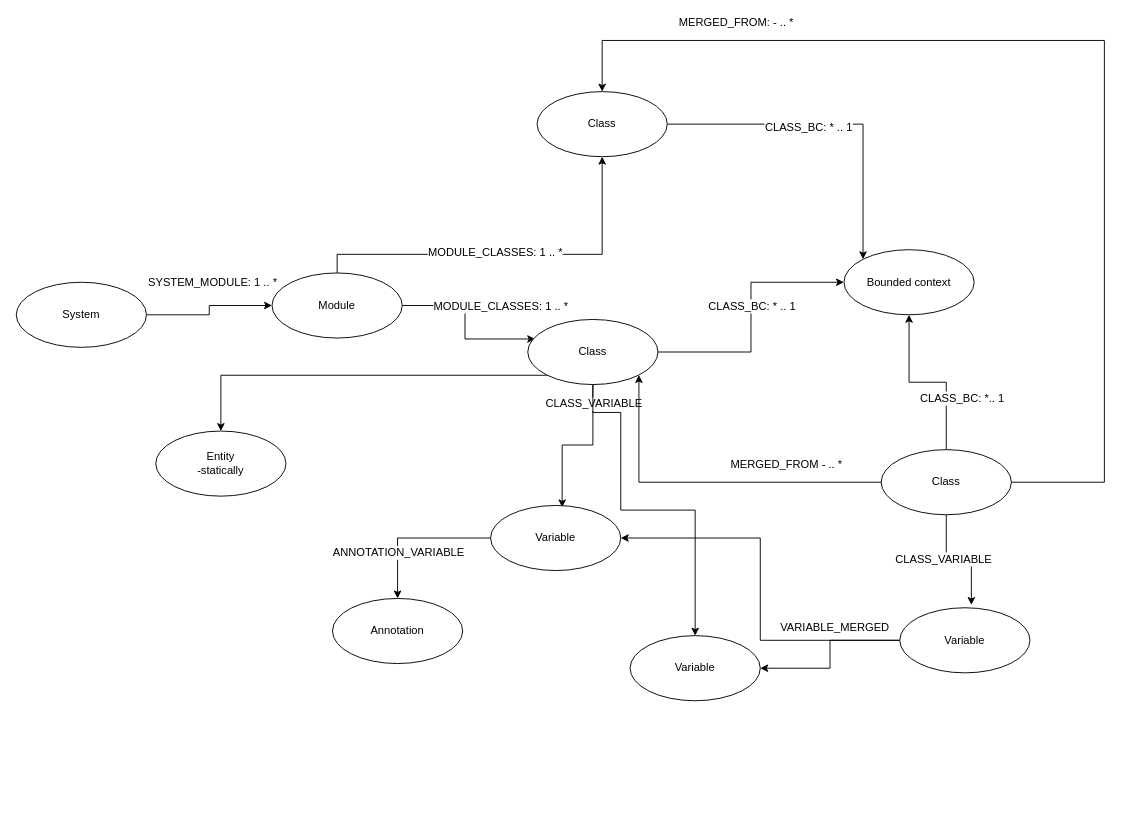
cloudhubs/prophet keeps this draw.io diagram as page "Node model" (1 of 2) of docs/prophet.drawio. Above is the earlier version. Source tidied: cells renumbered, new cells numbered last; positions are measured from the earlier drawing's top-left corner, leaving out a move shared by most shapes. Both pictures are drawn from the tidied source at 93%, with x=0, y=0 at pixel (16, 40).
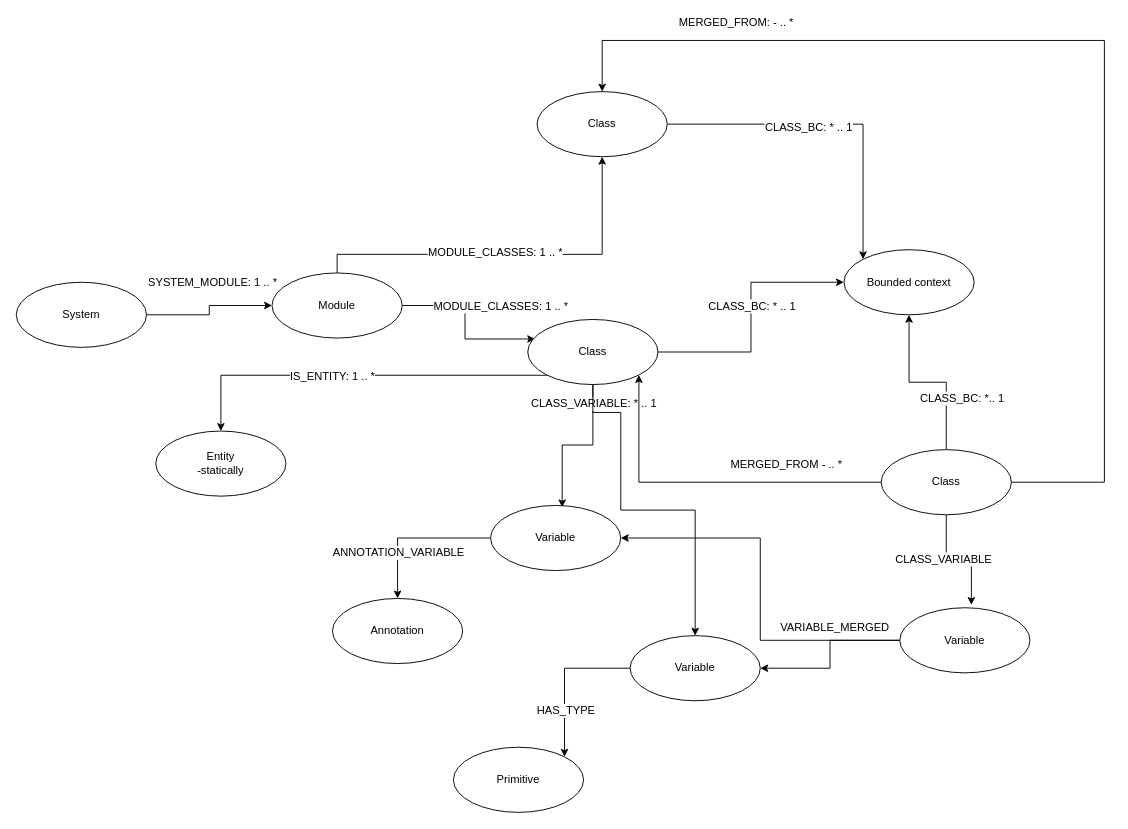
The same page after the edit.

The change refers to these unchanged cells:
```xml
<mxCell id="10" style="edgeStyle=orthogonalEdgeStyle;rounded=0;jettySize=auto;html=1;entryX=0.55;entryY=0.029;entryDx=0;entryDy=0;entryPerimeter=0;" parent="1" edge="1" source="16" target="19">
  <mxGeometry relative="1" as="geometry" />
</mxCell>
<mxCell id="12" style="edgeStyle=orthogonalEdgeStyle;rounded=0;jettySize=auto;html=1;" parent="1" edge="1" source="16" target="21">
  <mxGeometry relative="1" as="geometry">
    <Array as="points">
      <mxPoint x="220" y="360" />
    </Array>
  </mxGeometry>
</mxCell>
<mxCell id="35" value="Variable" style="ellipse;whiteSpace=wrap;html=1;" parent="1" vertex="1">
  <mxGeometry x="660" y="640" width="140" height="70" as="geometry" />
</mxCell>
```

Diff of the diagram source:
```diff
@@
-    <mxCell id="11" value="CLASS_VARIABLE" style="text;html=1;align=center;verticalAlign=middle;labelBackgroundColor=#ffffff;" parent="10" vertex="1">
+    <mxCell id="11" value="CLASS_VARIABLE: * .. 1" style="text;html=1;align=center;verticalAlign=middle;labelBackgroundColor=#ffffff;" parent="10" vertex="1">
       <mxGeometry x="-0.42" y="1" relative="1" as="geometry">
         <mxPoint x="-1" y="-28" as="offset" />
       </mxGeometry>
     </mxCell>
@@
+    <mxCell id="40" value="IS_ENTITY: 1 .. *" style="text;html=1;align=center;verticalAlign=middle;labelBackgroundColor=#ffffff;" parent="12" vertex="1">
+      <mxGeometry x="0.13" y="1" relative="1" as="geometry" />
+    </mxCell>
@@
+    <mxCell id="41" style="edgeStyle=orthogonalEdgeStyle;rounded=0;jettySize=auto;html=1;entryX=1;entryY=0;entryDx=0;entryDy=0;" parent="1" edge="1" source="35" target="43">
+      <mxGeometry relative="1" as="geometry" />
+    </mxCell>
+    <mxCell id="42" value="HAS_TYPE" style="text;html=1;align=center;verticalAlign=middle;labelBackgroundColor=#ffffff;" parent="41" vertex="1">
+      <mxGeometry x="0.4" y="1" relative="1" as="geometry" />
+    </mxCell>
@@
+    <mxCell id="43" value="Primitive" style="ellipse;whiteSpace=wrap;html=1;" parent="1" vertex="1">
+      <mxGeometry x="470" y="760" width="140" height="70" as="geometry" />
+    </mxCell>
```
